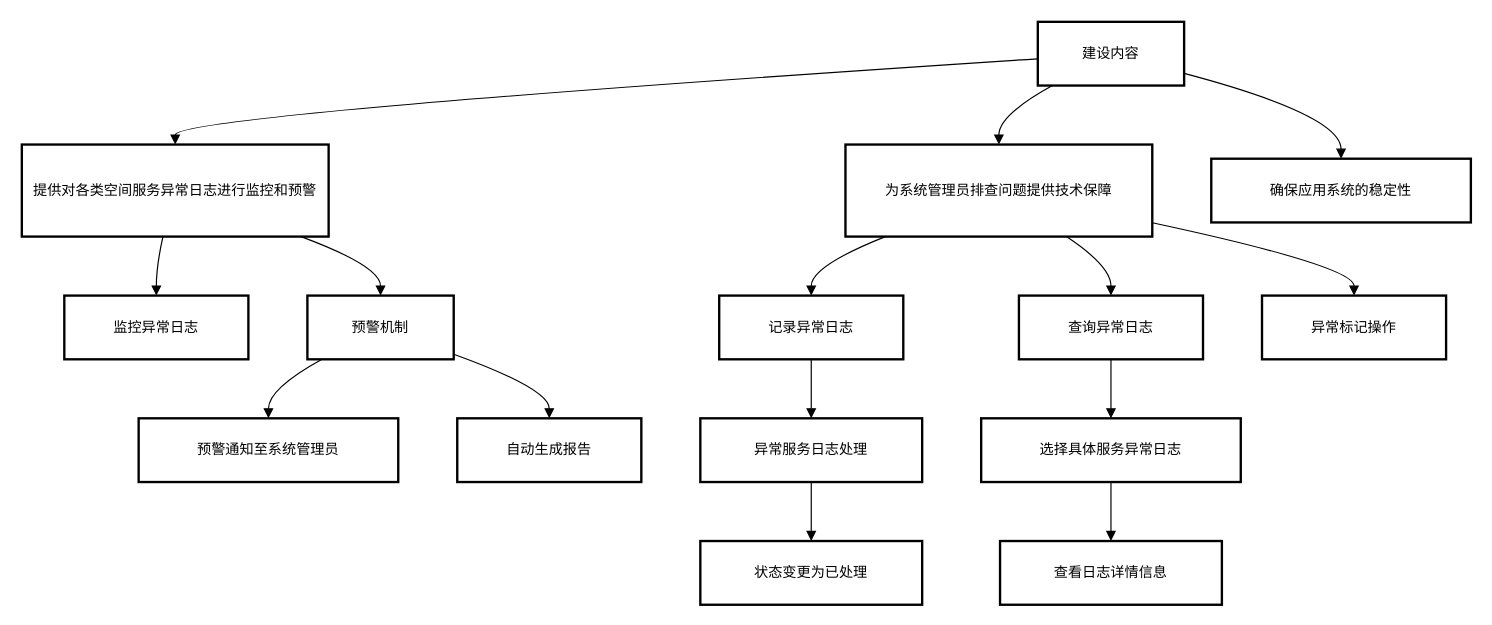
Before: 20250415/系统异常日志.drawio in wangslsl/drawio, a draw.io diagram. Source tidied: cells renumbered, new cells numbered last; positions are measured from the earlier drawing's top-left corner, leaving out a move shared by most shapes. Both pictures are drawn from the tidied source at 118%, with x=0, y=0 at pixel (21, 21).
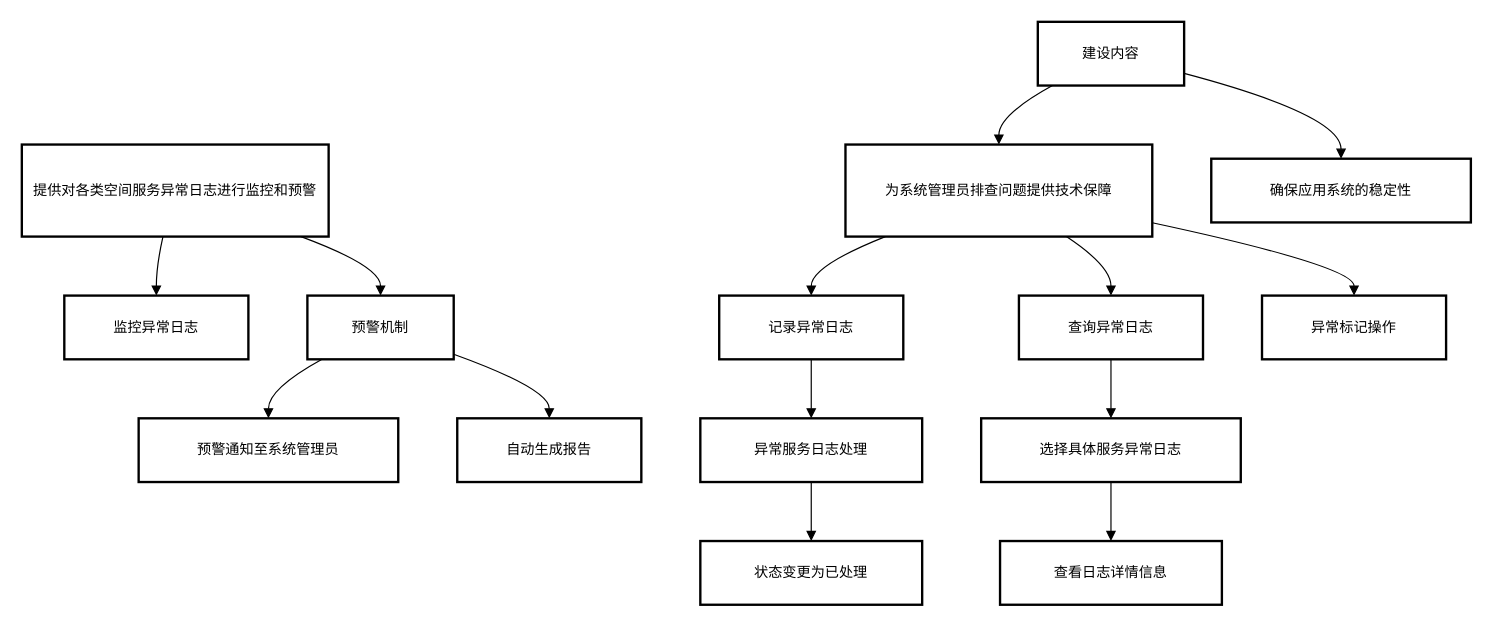
Above is the later version.

Commit message:
更新系统异常日志.drawio

The change refers to these unchanged cells:
```xml
<mxCell id="2" value="建设内容" style="whiteSpace=wrap;strokeWidth=2;" parent="1" vertex="1">
  <mxGeometry x="861" width="124" height="54" as="geometry" />
</mxCell>
<mxCell id="3" value="提供对各类空间服务异常日志进行监控和预警" style="whiteSpace=wrap;strokeWidth=2;" parent="1" vertex="1">
  <mxGeometry y="104" width="260" height="78" as="geometry" />
</mxCell>
```

The edit, as a diff of the source:
```diff
@@
-    <mxCell id="17" style="curved=1;startArrow=none;endArrow=block;exitX=0;exitY=0.58;entryX=0.5;entryY=0;" parent="1" edge="1" source="2" target="3">
-      <mxGeometry relative="1" as="geometry">
-        <Array as="points">
-          <mxPoint x="130" y="79" />
-        </Array>
-      </mxGeometry>
-    </mxCell>
```
